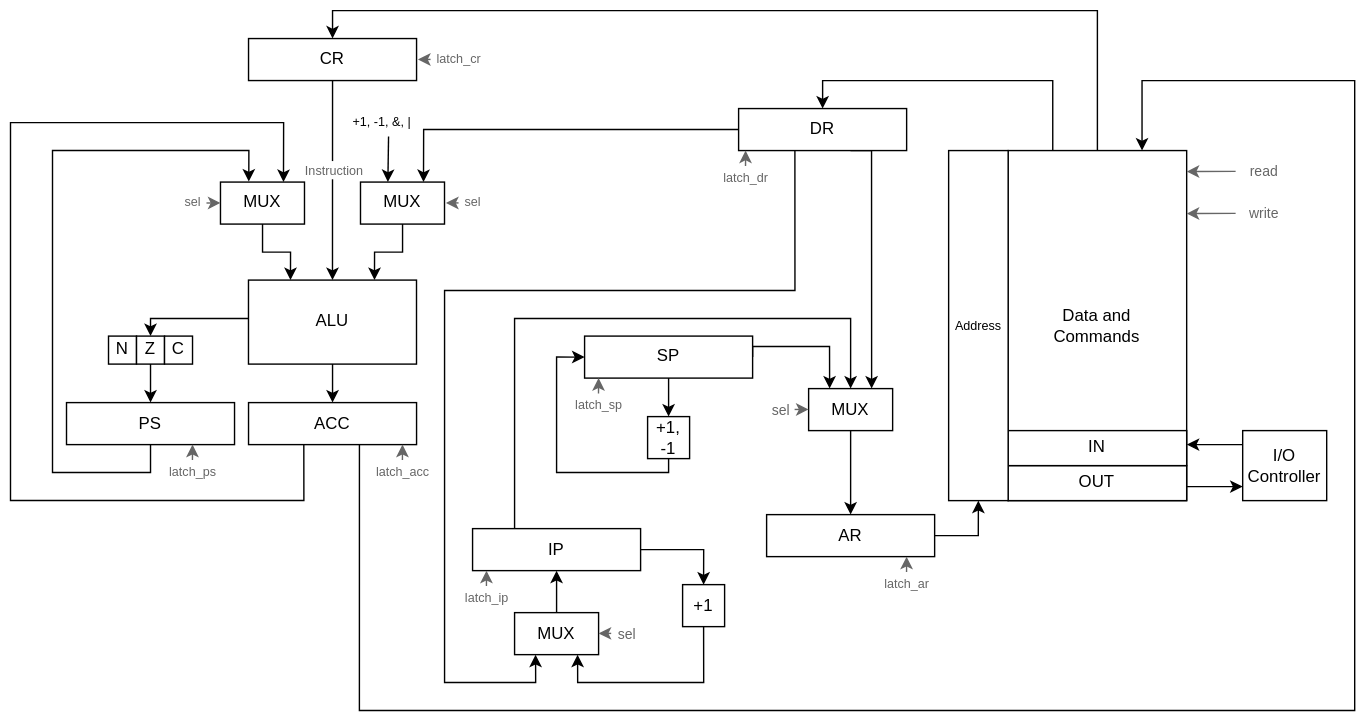
glebmavi/csa_lab3 keeps this draw.io diagram as schemes/data_path.drawio.svg. Above is the earlier version. Source tidied: cells renumbered, new cells last; positions are measured from the earlier drawing's top-left corner, leaving out a move shared by most shapes.
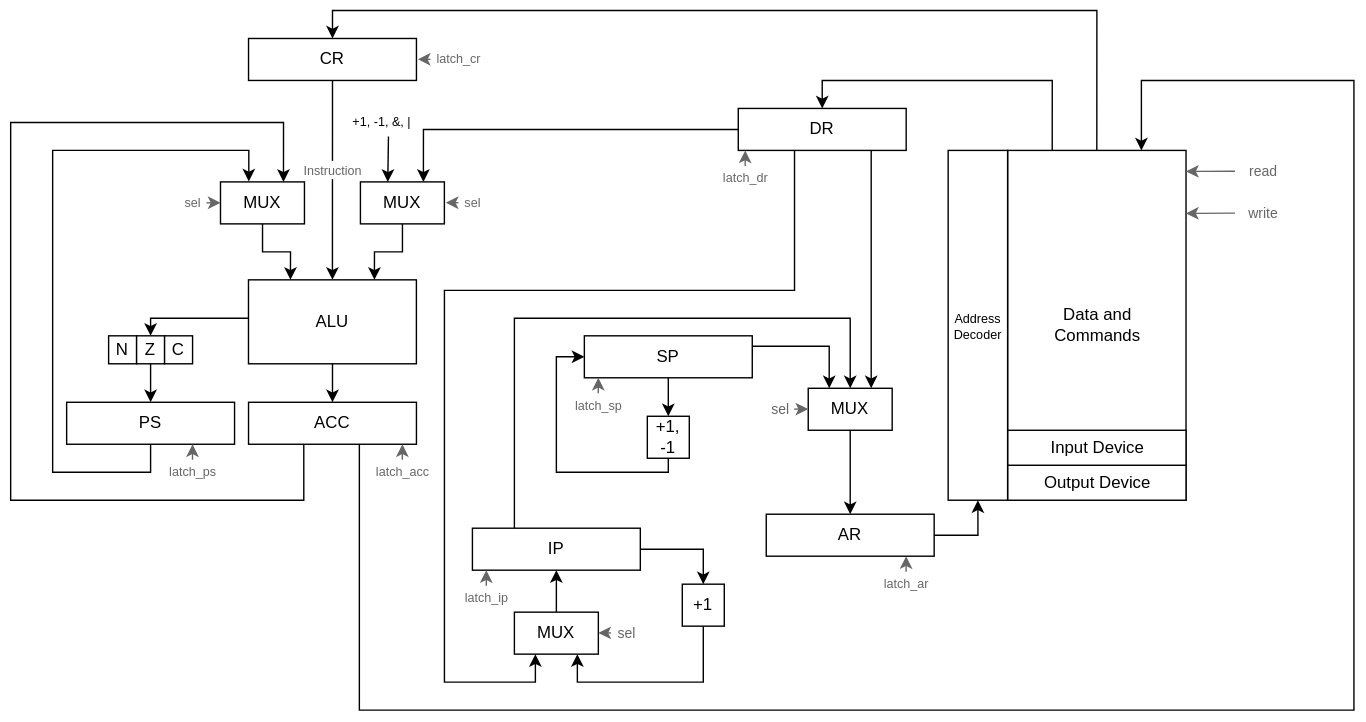
Later version of the same file.

What changed in the source:
```diff
@@ -8,13 +8,13 @@
     <mxCell id="3" value="Data and&lt;div&gt;Commands&lt;/div&gt;" style="rounded=0;whiteSpace=wrap;html=1;" parent="2" vertex="1">
       <mxGeometry x="42.5" width="127.5" height="250" as="geometry" />
     </mxCell>
-    <mxCell id="4" value="OUT" style="rounded=0;whiteSpace=wrap;html=1;" parent="2" vertex="1">
+    <mxCell id="4" value="Output Device" style="rounded=0;whiteSpace=wrap;html=1;" parent="2" vertex="1">
       <mxGeometry x="42.5" y="225" width="127.5" height="25" as="geometry" />
     </mxCell>
-    <mxCell id="5" value="IN" style="rounded=0;whiteSpace=wrap;html=1;" parent="2" vertex="1">
+    <mxCell id="5" value="Input Device" style="rounded=0;whiteSpace=wrap;html=1;" parent="2" vertex="1">
       <mxGeometry x="42.5" y="200" width="127.5" height="25" as="geometry" />
     </mxCell>
-    <mxCell id="6" value="&lt;font style=&quot;font-size: 9px;&quot;&gt;Address&lt;/font&gt;" style="rounded=0;whiteSpace=wrap;html=1;" parent="2" vertex="1">
+    <mxCell id="6" value="&lt;font style=&quot;font-size: 9px;&quot;&gt;Address&lt;/font&gt;&lt;div style=&quot;font-size: 9px;&quot;&gt;&lt;font style=&quot;font-size: 9px;&quot;&gt;Decoder&lt;/font&gt;&lt;/div&gt;" style="rounded=0;whiteSpace=wrap;html=1;" parent="2" vertex="1">
       <mxGeometry width="42.5" height="250" as="geometry" />
     </mxCell>
     <mxCell id="7" style="group;" parent="1" vertex="1">
@@ -36,18 +36,6 @@
     <mxCell id="11" value="&lt;font style=&quot;font-size: 10px;&quot;&gt;write&lt;/font&gt;" style="text;html=1;align=center;verticalAlign=middle;points=[];strokeColor=none;fillColor=none;fontColor=#666666;" parent="1" vertex="1">
       <mxGeometry x="875" y="130" width="40" height="30" as="geometry" />
     </mxCell>
-    <mxCell id="12" style="endArrow=classic;html=1;rounded=0;entryX=1;entryY=0.5;entryDx=0;entryDy=0;" parent="1" edge="1">
-      <mxGeometry relative="1" as="geometry">
-        <mxPoint x="880" y="310" as="sourcePoint" />
-        <mxPoint x="840" y="310" as="targetPoint" />
-      </mxGeometry>
-    </mxCell>
-    <mxCell id="13" style="endArrow=classic;html=1;rounded=0;" parent="1" edge="1">
-      <mxGeometry relative="1" as="geometry">
-        <mxPoint x="840" y="340" as="sourcePoint" />
-        <mxPoint x="880" y="340" as="targetPoint" />
-      </mxGeometry>
-    </mxCell>
     <mxCell id="14" style="edgeStyle=orthogonalEdgeStyle;rounded=0;jettySize=auto;html=1;entryX=0.25;entryY=0;entryDx=0;entryDy=0;exitX=1;exitY=0.5;exitDx=0;exitDy=0;" parent="1" edge="1" source="16" target="57">
       <mxGeometry relative="1" as="geometry">
         <Array as="points">
@@ -289,9 +277,6 @@
     <mxCell id="61" value="+1, -1" style="rounded=0;whiteSpace=wrap;html=1;" parent="1" vertex="1">
       <mxGeometry x="455" y="290" width="30" height="30" as="geometry" />
     </mxCell>
-    <mxCell id="62" value="I/O Controller" style="rounded=0;whiteSpace=wrap;html=1;" parent="1" vertex="1">
-      <mxGeometry x="880" y="300" width="60" height="50" as="geometry" />
-    </mxCell>
     <mxCell id="63" style="endArrow=classic;html=1;rounded=0;strokeColor=#666666;exitX=0;exitY=0.502;exitDx=0;exitDy=0;exitPerimeter=0;entryX=1.006;entryY=0.156;entryDx=0;entryDy=0;entryPerimeter=0;" parent="1" edge="1">
       <mxGeometry relative="1" as="geometry">
         <mxPoint x="429" y="444.8" as="sourcePoint" />
```
